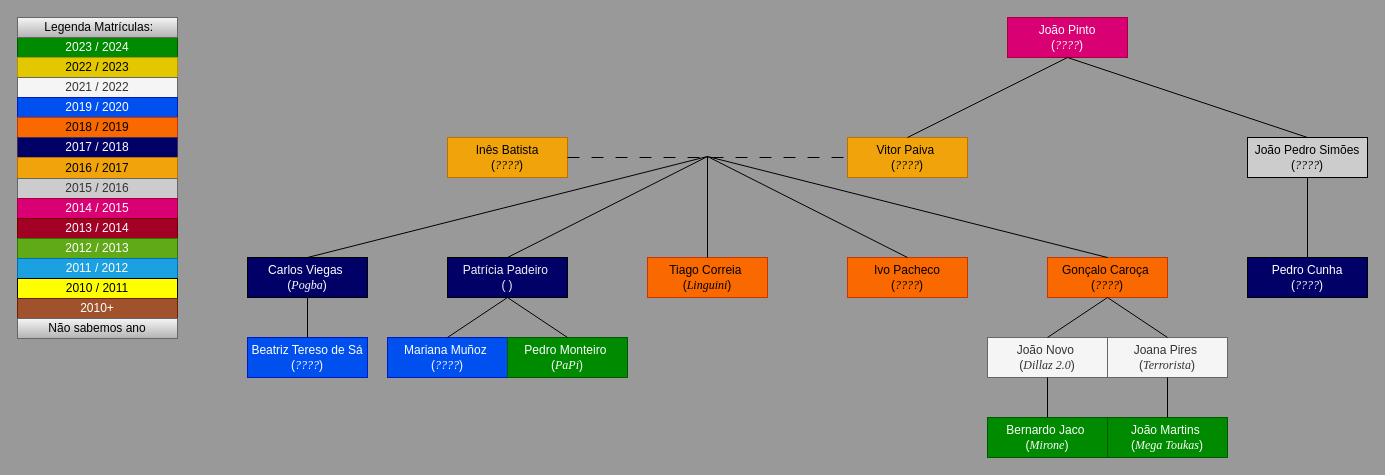
The draw.io diagram Draw.io/Familia_do_João_Pinto.drawio in pdmtmr/PDMTMRTESTLOCATION-AKA-ARBUSTO, before the edit. Source tidied: cells renumbered, new cells numbered last; positions are measured from the earlier drawing's top-left corner, leaving out a move shared by most shapes. Both pictures are drawn from the tidied source at 100%, with x=0, y=0 at pixel (17, 17).
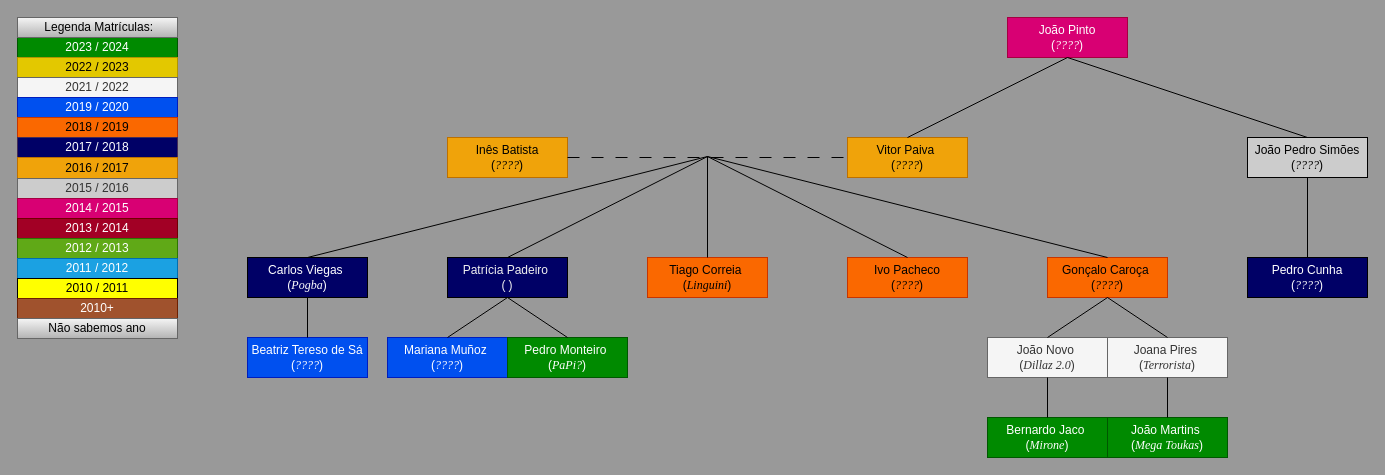
Above is the later version.

Change to the diagram source:
```diff
@@
-    <mxCell id="27" value="&lt;div&gt;Pedro Monteiro&amp;nbsp;&lt;/div&gt;&lt;div&gt;(&lt;font face=&quot;Times New Roman&quot;&gt;&lt;i&gt;PaPi&lt;/i&gt;&lt;/font&gt;)&lt;/div&gt;" style="rounded=0;whiteSpace=wrap;html=1;fillColor=#008a00;fontColor=#ffffff;strokeColor=#005700;" parent="1" vertex="1">
+    <mxCell id="27" value="&lt;div&gt;Pedro Monteiro&amp;nbsp;&lt;/div&gt;&lt;div&gt;(&lt;font face=&quot;Times New Roman&quot;&gt;&lt;i&gt;PaPi?&lt;/i&gt;&lt;/font&gt;)&lt;/div&gt;" style="rounded=0;whiteSpace=wrap;html=1;fillColor=#008a00;fontColor=#ffffff;strokeColor=#005700;" parent="1" vertex="1">
       <mxGeometry x="490" y="320" width="120" height="40" as="geometry" />
     </mxCell>
```
